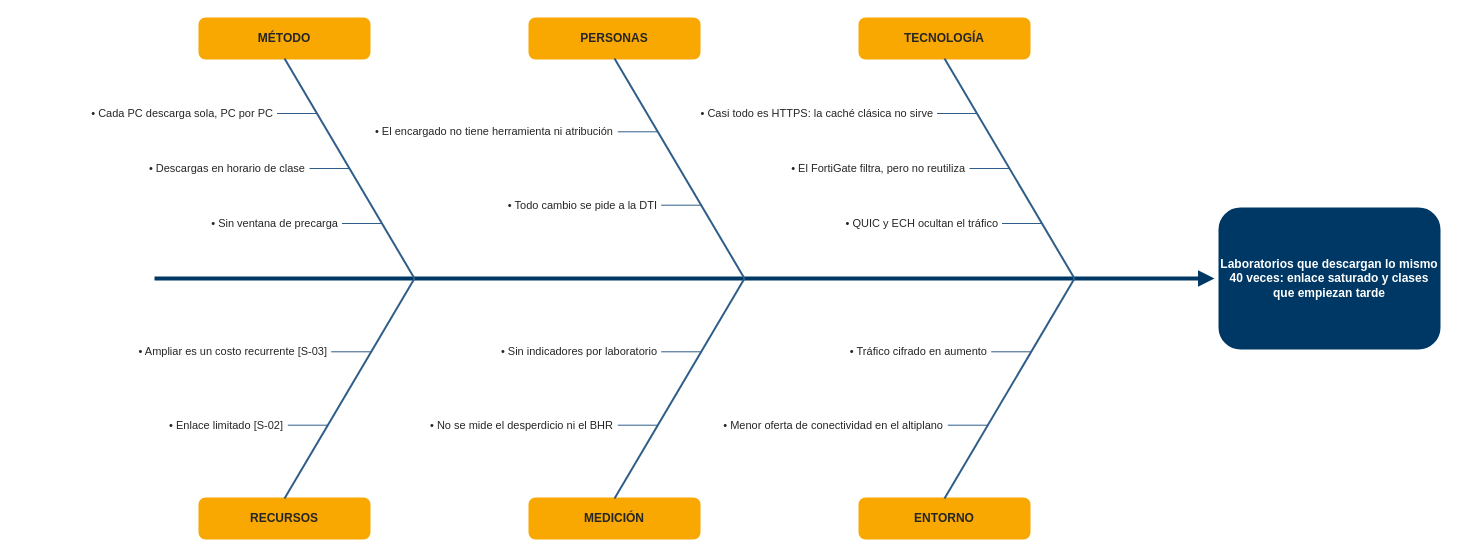
Earlier version of the draw.io diagram gestion/e1/figuras/ishikawa.drawio (Nick-Saim-MJ/Project-Celeris). Source tidied: cells renumbered, new cells numbered last; positions are measured from the earlier drawing's top-left corner, leaving out a move shared by most shapes. Both pictures are drawn from the tidied source at 100%, with x=0, y=0 at pixel (16, 18).
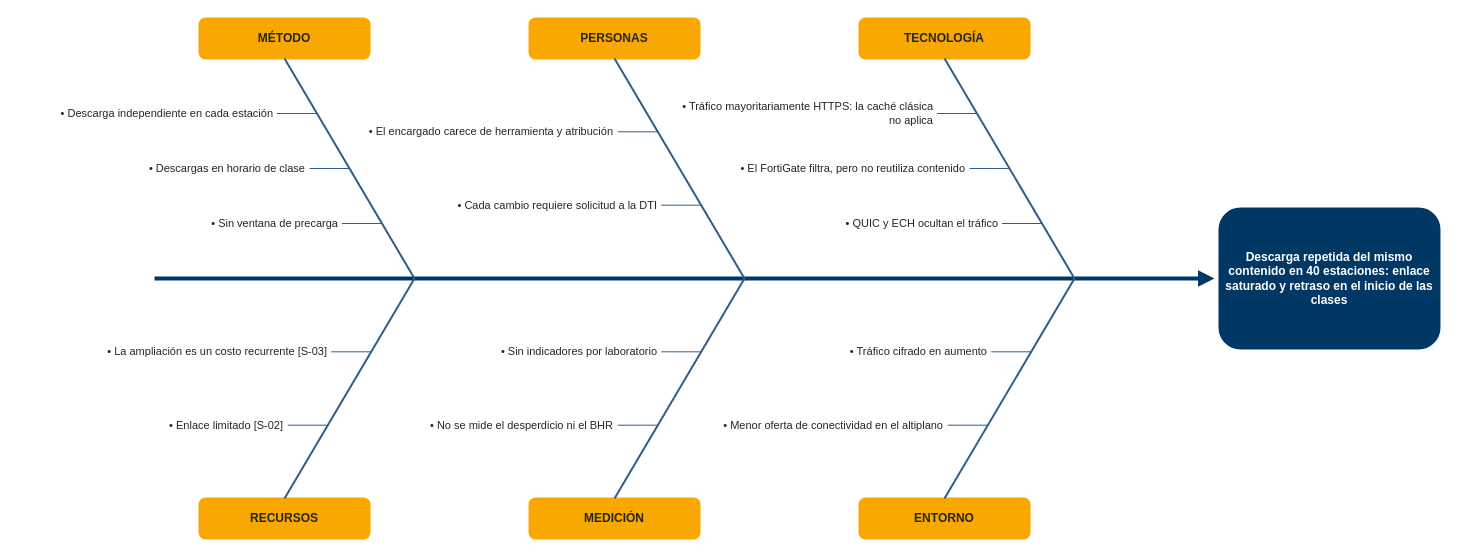
Above is the later version.

Diff of the diagram source:
```diff
@@
-    <mxCell id="3" value="&lt;b&gt;Laboratorios que descargan lo mismo 40 veces: enlace saturado y clases que empiezan tarde&lt;/b&gt;" style="rounded=1;whiteSpace=wrap;html=1;fillColor=#003865;strokeColor=#003865;strokeWidth=2;fontColor=#FFFFFF;fontFamily=Calibri;fontSize=12;" parent="1" vertex="1">
+    <mxCell id="3" value="&lt;b&gt;Descarga repetida del mismo contenido en 40 estaciones: enlace saturado y retraso en el inicio de las clases&lt;/b&gt;" style="rounded=1;whiteSpace=wrap;html=1;fillColor=#003865;strokeColor=#003865;strokeWidth=2;fontColor=#FFFFFF;fontFamily=Calibri;fontSize=12;" parent="1" vertex="1">
       <mxGeometry x="1203" y="190" width="220" height="140" as="geometry" />
     </mxCell>
@@
-    <mxCell id="7" value="• Cada PC descarga sola, PC por PC" style="text;html=1;whiteSpace=wrap;fontFamily=Calibri;fontSize=11;fontColor=#262626;strokeColor=none;fillColor=none;align=right;verticalAlign=middle;" parent="1" vertex="1">
+    <mxCell id="7" value="• Descarga independiente en cada estación" style="text;html=1;whiteSpace=wrap;fontFamily=Calibri;fontSize=11;fontColor=#262626;strokeColor=none;fillColor=none;align=right;verticalAlign=middle;" parent="1" vertex="1">
       <mxGeometry x="0.5" y="75" width="258" height="40" as="geometry" />
     </mxCell>
@@
-    <mxCell id="15" value="• El encargado no tiene herramienta ni atribución" style="text;html=1;whiteSpace=wrap;fontFamily=Calibri;fontSize=11;fontColor=#262626;strokeColor=none;fillColor=none;align=right;verticalAlign=middle;" parent="1" vertex="1">
+    <mxCell id="15" value="• El encargado carece de herramienta y atribución" style="text;html=1;whiteSpace=wrap;fontFamily=Calibri;fontSize=11;fontColor=#262626;strokeColor=none;fillColor=none;align=right;verticalAlign=middle;" parent="1" vertex="1">
       <mxGeometry x="341.3" y="93.3" width="258" height="40" as="geometry" />
     </mxCell>
@@
-    <mxCell id="17" value="• Todo cambio se pide a la DTI" style="text;html=1;whiteSpace=wrap;fontFamily=Calibri;fontSize=11;fontColor=#262626;strokeColor=none;fillColor=none;align=right;verticalAlign=middle;" parent="1" vertex="1">
+    <mxCell id="17" value="• Cada cambio requiere solicitud a la DTI" style="text;html=1;whiteSpace=wrap;fontFamily=Calibri;fontSize=11;fontColor=#262626;strokeColor=none;fillColor=none;align=right;verticalAlign=middle;" parent="1" vertex="1">
       <mxGeometry x="384.7" y="166.7" width="258" height="40" as="geometry" />
     </mxCell>
@@
-    <mxCell id="21" value="• Casi todo es HTTPS: la caché clásica no sirve" style="text;html=1;whiteSpace=wrap;fontFamily=Calibri;fontSize=11;fontColor=#262626;strokeColor=none;fillColor=none;align=right;verticalAlign=middle;" parent="1" vertex="1">
+    <mxCell id="21" value="• Tráfico mayoritariamente HTTPS: la caché clásica no aplica" style="text;html=1;whiteSpace=wrap;fontFamily=Calibri;fontSize=11;fontColor=#262626;strokeColor=none;fillColor=none;align=right;verticalAlign=middle;" parent="1" vertex="1">
       <mxGeometry x="660.5" y="75" width="258" height="40" as="geometry" />
     </mxCell>
@@
-    <mxCell id="23" value="• El FortiGate filtra, pero no reutiliza" style="text;html=1;whiteSpace=wrap;fontFamily=Calibri;fontSize=11;fontColor=#262626;strokeColor=none;fillColor=none;align=right;verticalAlign=middle;" parent="1" vertex="1">
+    <mxCell id="23" value="• El FortiGate filtra, pero no reutiliza contenido" style="text;html=1;whiteSpace=wrap;fontFamily=Calibri;fontSize=11;fontColor=#262626;strokeColor=none;fillColor=none;align=right;verticalAlign=middle;" parent="1" vertex="1">
       <mxGeometry x="693" y="130" width="258" height="40" as="geometry" />
     </mxCell>
@@
-    <mxCell id="31" value="• Ampliar es un costo recurrente [S-03]" style="text;html=1;whiteSpace=wrap;fontFamily=Calibri;fontSize=11;fontColor=#262626;strokeColor=none;fillColor=none;align=right;verticalAlign=middle;" parent="1" vertex="1">
+    <mxCell id="31" value="• La ampliación es un costo recurrente [S-03]" style="text;html=1;whiteSpace=wrap;fontFamily=Calibri;fontSize=11;fontColor=#262626;strokeColor=none;fillColor=none;align=right;verticalAlign=middle;" parent="1" vertex="1">
       <mxGeometry x="54.7" y="313.3" width="258" height="40" as="geometry" />
     </mxCell>
```
